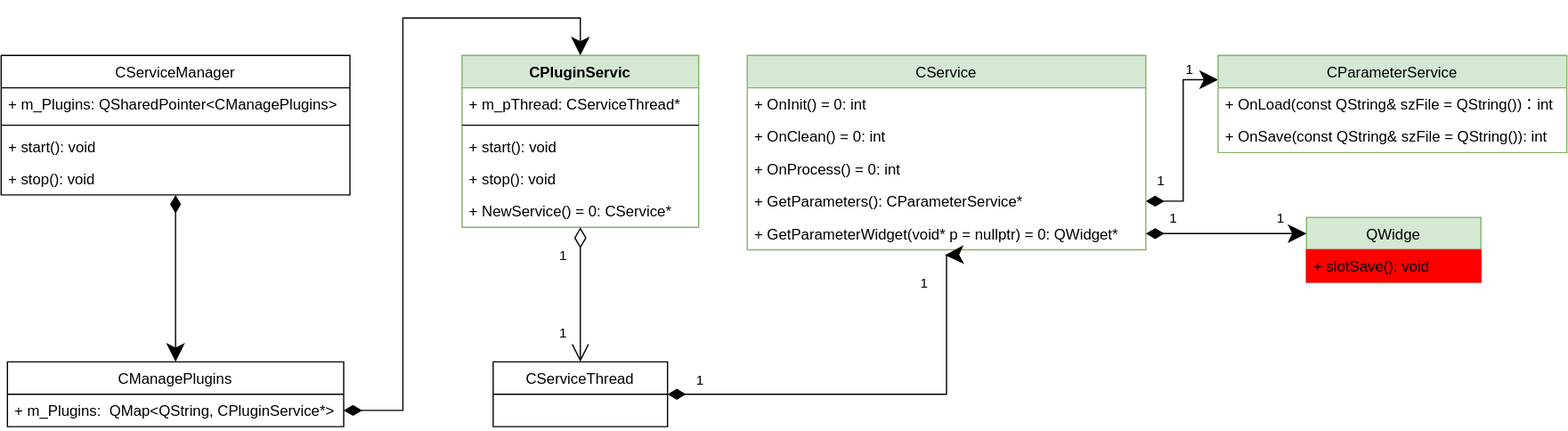
Above: docs/Image/PluginServiceAPI.svg in KangLin/RabbitRemoteControl (draw.io), before the change. Source tidied: cells renumbered, new cells last; positions are measured from the earlier drawing's top-left corner, leaving out a move shared by most shapes.
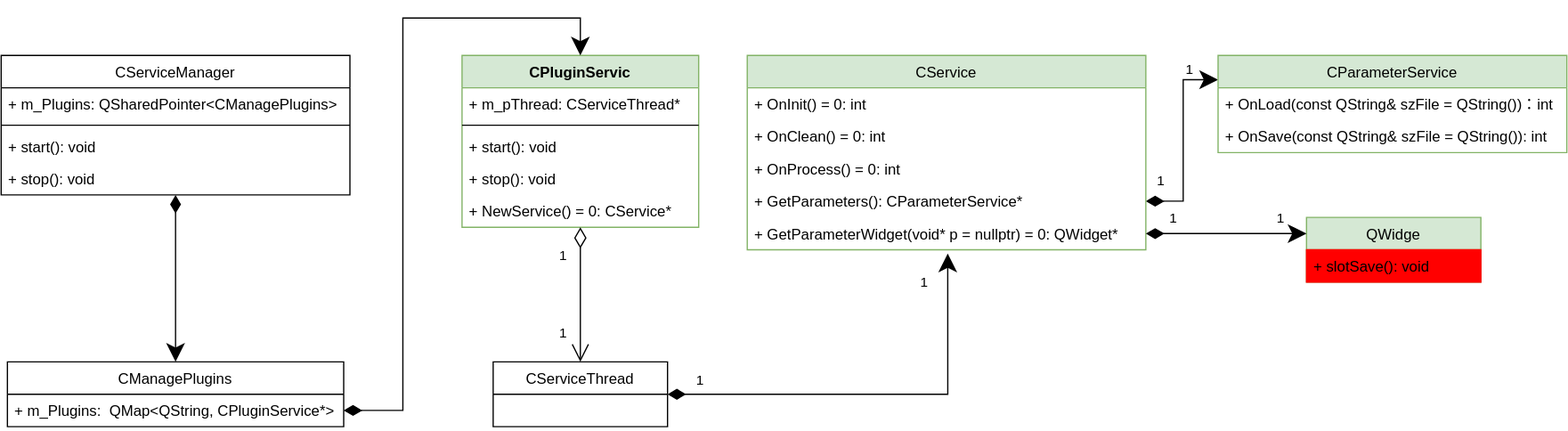
Above is the later version.

The edit, as a diff of the source:
```diff
@@ -69,11 +69,10 @@
     <mxCell id="22" value="+ NewService() = 0: CService*" style="text;strokeColor=none;fillColor=none;align=left;verticalAlign=top;spacingLeft=4;spacingRight=4;overflow=hidden;" parent="17" vertex="1">
       <mxGeometry y="112" width="190" height="26" as="geometry" />
     </mxCell>
-    <mxCell id="23" style="edgeStyle=orthogonalEdgeStyle;rounded=0;jettySize=auto;html=1;startArrow=diamondThin;startFill=1;startSize=12;endSize=12;entryX=0.496;entryY=1.167;entryDx=0;entryDy=0;entryPerimeter=0;" parent="1" edge="1" source="26" target="16">
+    <mxCell id="23" style="edgeStyle=orthogonalEdgeStyle;rounded=0;jettySize=auto;html=1;startArrow=diamondThin;startFill=1;startSize=12;endSize=12;entryX=0.503;entryY=1.115;entryDx=0;entryDy=0;entryPerimeter=0;" parent="1" edge="1" source="26" target="16">
       <mxGeometry relative="1" as="geometry">
         <Array as="points">
-          <mxPoint x="759" y="272" />
-          <mxPoint x="759" y="160" />
+          <mxPoint x="760" y="272" />
         </Array>
       </mxGeometry>
     </mxCell>
```
